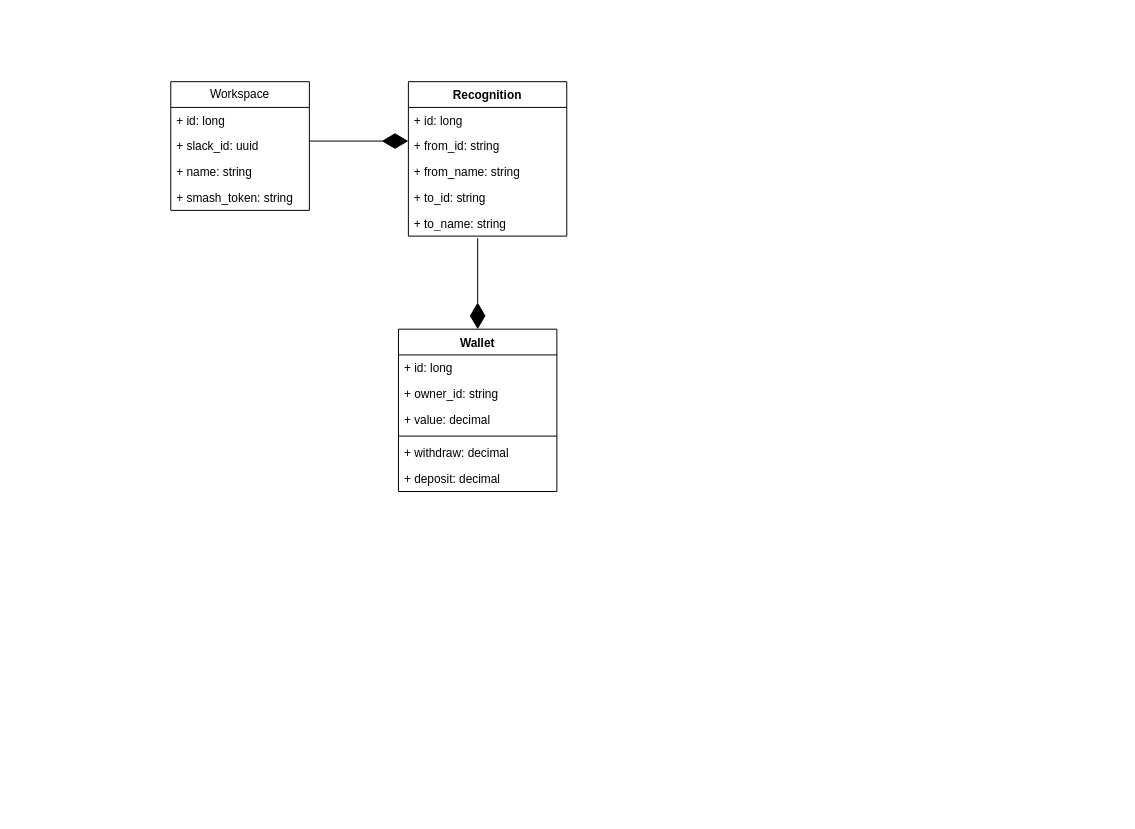
Before: page "Classes" (1 of 2) of kudos-jaya.drawio in jaya/kudos-jaya, a draw.io diagram. Source tidied: cells renumbered, new cells numbered last; positions are measured from the earlier drawing's top-left corner, leaving out a move shared by most shapes. Both pictures are drawn from the tidied source at 99%, with x=0, y=0 at pixel (170, 81).
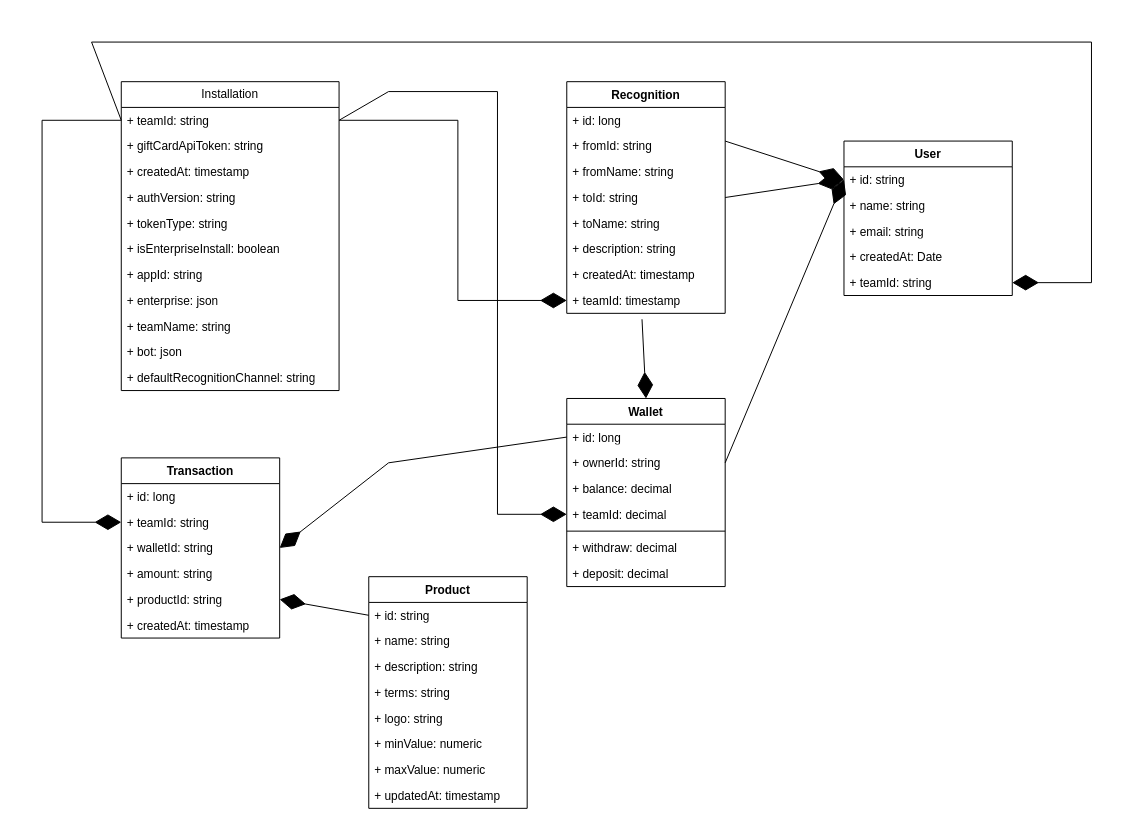
After the change.

The change refers to these unchanged cells:
```xml
<mxCell id="15" value="+ id: long" style="text;strokeColor=none;fillColor=none;align=left;verticalAlign=top;spacingLeft=4;spacingRight=4;overflow=hidden;points=[[0,0.5],[1,0.5]];portConstraint=eastwest;whiteSpace=wrap;html=1;" parent="14" vertex="1">
  <mxGeometry y="26" width="160" height="26" as="geometry" />
</mxCell>
```

What changed in the source:
```diff
@@
-    <mxCell id="2" value="Workspace" style="swimlane;fontStyle=0;horizontal=1;startSize=26;fillColor=none;whiteSpace=wrap;html=1;" parent="1" vertex="1">
-      <mxGeometry width="140" height="130" as="geometry" />
+    <mxCell id="2" value="Installation" style="swimlane;fontStyle=0;horizontal=1;startSize=26;fillColor=none;whiteSpace=wrap;html=1;" parent="1" vertex="1">
+      <mxGeometry x="-50" width="220" height="312" as="geometry" />
     </mxCell>
-    <mxCell id="3" value="+ id: long" style="text;strokeColor=none;fillColor=none;align=left;verticalAlign=top;spacingLeft=4;spacingRight=4;overflow=hidden;points=[[0,0.5],[1,0.5]];portConstraint=eastwest;whiteSpace=wrap;html=1;" parent="2" vertex="1">
-      <mxGeometry y="26" width="140" height="26" as="geometry" />
+    <mxCell id="3" value="+ teamId: string" style="text;strokeColor=none;fillColor=none;align=left;verticalAlign=top;spacingLeft=4;spacingRight=4;overflow=hidden;points=[[0,0.5],[1,0.5]];portConstraint=eastwest;whiteSpace=wrap;html=1;" parent="2" vertex="1">
+      <mxGeometry y="26" width="220" height="26" as="geometry" />
     </mxCell>
-    <mxCell id="4" value="+ slack_id: uuid" style="text;strokeColor=none;fillColor=none;align=left;verticalAlign=top;spacingLeft=4;spacingRight=4;overflow=hidden;whiteSpace=wrap;html=1;" parent="2" vertex="1">
-      <mxGeometry y="52" width="140" height="26" as="geometry" />
+    <mxCell id="4" value="+ giftCardApiToken: string" style="text;strokeColor=none;fillColor=none;align=left;verticalAlign=top;spacingLeft=4;spacingRight=4;overflow=hidden;whiteSpace=wrap;html=1;" parent="2" vertex="1">
+      <mxGeometry y="52" width="220" height="26" as="geometry" />
     </mxCell>
-    <mxCell id="5" value="+ name: string" style="text;strokeColor=none;fillColor=none;align=left;verticalAlign=top;spacingLeft=4;spacingRight=4;overflow=hidden;whiteSpace=wrap;html=1;" parent="2" vertex="1">
-      <mxGeometry y="78" width="140" height="26" as="geometry" />
+    <mxCell id="5" value="+ createdAt: timestamp" style="text;strokeColor=none;fillColor=none;align=left;verticalAlign=top;spacingLeft=4;spacingRight=4;overflow=hidden;whiteSpace=wrap;html=1;" parent="2" vertex="1">
+      <mxGeometry y="78" width="220" height="26" as="geometry" />
     </mxCell>
-    <mxCell id="6" value="+ smash_token: string" style="text;strokeColor=none;fillColor=none;align=left;verticalAlign=top;spacingLeft=4;spacingRight=4;overflow=hidden;whiteSpace=wrap;html=1;" parent="2" vertex="1">
-      <mxGeometry y="104" width="140" height="26" as="geometry" />
-    </mxCell>
+    <mxCell id="22" value="+ authVersion: string" style="text;strokeColor=none;fillColor=none;align=left;verticalAlign=top;spacingLeft=4;spacingRight=4;overflow=hidden;whiteSpace=wrap;html=1;" parent="2" vertex="1">
+      <mxGeometry y="104" width="220" height="26" as="geometry" />
+    </mxCell>
+    <mxCell id="23" value="+ tokenType: string" style="text;strokeColor=none;fillColor=none;align=left;verticalAlign=top;spacingLeft=4;spacingRight=4;overflow=hidden;whiteSpace=wrap;html=1;" parent="2" vertex="1">
+      <mxGeometry y="130" width="220" height="26" as="geometry" />
+    </mxCell>
+    <mxCell id="24" value="+ isEnterpriseInstall: boolean" style="text;strokeColor=none;fillColor=none;align=left;verticalAlign=top;spacingLeft=4;spacingRight=4;overflow=hidden;whiteSpace=wrap;html=1;" parent="2" vertex="1">
+      <mxGeometry y="156" width="220" height="26" as="geometry" />
+    </mxCell>
+    <mxCell id="25" value="+ appId: string" style="text;strokeColor=none;fillColor=none;align=left;verticalAlign=top;spacingLeft=4;spacingRight=4;overflow=hidden;whiteSpace=wrap;html=1;" parent="2" vertex="1">
+      <mxGeometry y="182" width="220" height="26" as="geometry" />
+    </mxCell>
+    <mxCell id="26" value="+ enterprise: json" style="text;strokeColor=none;fillColor=none;align=left;verticalAlign=top;spacingLeft=4;spacingRight=4;overflow=hidden;whiteSpace=wrap;html=1;" parent="2" vertex="1">
+      <mxGeometry y="208" width="220" height="26" as="geometry" />
+    </mxCell>
+    <mxCell id="27" value="+ teamName: string" style="text;strokeColor=none;fillColor=none;align=left;verticalAlign=top;spacingLeft=4;spacingRight=4;overflow=hidden;whiteSpace=wrap;html=1;" parent="2" vertex="1">
+      <mxGeometry y="234" width="220" height="26" as="geometry" />
+    </mxCell>
+    <mxCell id="28" value="+ bot: json" style="text;strokeColor=none;fillColor=none;align=left;verticalAlign=top;spacingLeft=4;spacingRight=4;overflow=hidden;whiteSpace=wrap;html=1;" parent="2" vertex="1">
+      <mxGeometry y="260" width="220" height="26" as="geometry" />
+    </mxCell>
+    <mxCell id="29" value="+ defaultRecognitionChannel: string" style="text;strokeColor=none;fillColor=none;align=left;verticalAlign=top;spacingLeft=4;spacingRight=4;overflow=hidden;whiteSpace=wrap;html=1;" parent="2" vertex="1">
+      <mxGeometry y="286" width="220" height="26" as="geometry" />
+    </mxCell>
     <mxCell id="7" value="Recognition" style="swimlane;fontStyle=1;align=center;verticalAlign=top;horizontal=1;startSize=26;whiteSpace=wrap;html=1;" parent="1" vertex="1">
-      <mxGeometry x="240" width="160" height="156" as="geometry" />
+      <mxGeometry x="400" width="160" height="234" as="geometry" />
     </mxCell>
@@
-    <mxCell id="9" value="+ from_id: string" style="text;strokeColor=none;fillColor=none;align=left;verticalAlign=top;spacingLeft=4;spacingRight=4;overflow=hidden;whiteSpace=wrap;html=1;" parent="7" vertex="1">
+    <mxCell id="9" value="+ fromId: string" style="text;strokeColor=none;fillColor=none;align=left;verticalAlign=top;spacingLeft=4;spacingRight=4;overflow=hidden;whiteSpace=wrap;html=1;" parent="7" vertex="1">
       <mxGeometry y="52" width="160" height="26" as="geometry" />
     </mxCell>
-    <mxCell id="10" value="+ from_name: string" style="text;strokeColor=none;fillColor=none;align=left;verticalAlign=top;spacingLeft=4;spacingRight=4;overflow=hidden;whiteSpace=wrap;html=1;" parent="7" vertex="1">
+    <mxCell id="10" value="+ fromName: string" style="text;strokeColor=none;fillColor=none;align=left;verticalAlign=top;spacingLeft=4;spacingRight=4;overflow=hidden;whiteSpace=wrap;html=1;" parent="7" vertex="1">
       <mxGeometry y="78" width="160" height="26" as="geometry" />
     </mxCell>
-    <mxCell id="11" value="+ to_id: string" style="text;strokeColor=none;fillColor=none;align=left;verticalAlign=top;spacingLeft=4;spacingRight=4;overflow=hidden;points=[[0,0.5],[1,0.5]];portConstraint=eastwest;whiteSpace=wrap;html=1;" parent="7" vertex="1">
+    <mxCell id="11" value="+ toId: string" style="text;strokeColor=none;fillColor=none;align=left;verticalAlign=top;spacingLeft=4;spacingRight=4;overflow=hidden;points=[[0,0.5],[1,0.5]];portConstraint=eastwest;whiteSpace=wrap;html=1;" parent="7" vertex="1">
       <mxGeometry y="104" width="160" height="26" as="geometry" />
     </mxCell>
-    <mxCell id="12" value="+ to_name: string" style="text;strokeColor=none;fillColor=none;align=left;verticalAlign=top;spacingLeft=4;spacingRight=4;overflow=hidden;whiteSpace=wrap;html=1;" parent="7" vertex="1">
+    <mxCell id="12" value="+ toName: string" style="text;strokeColor=none;fillColor=none;align=left;verticalAlign=top;spacingLeft=4;spacingRight=4;overflow=hidden;whiteSpace=wrap;html=1;" parent="7" vertex="1">
       <mxGeometry y="130" width="160" height="26" as="geometry" />
     </mxCell>
-    <mxCell id="13" style="endArrow=diamondThin;endFill=1;endSize=24;html=1;rounded=0;exitX=1;exitY=0.5;exitDx=0;exitDy=0;" parent="1" edge="1">
-      <mxGeometry relative="1" as="geometry">
-        <mxPoint x="140" y="60" as="sourcePoint" />
-        <mxPoint x="240" y="60" as="targetPoint" />
-      </mxGeometry>
-    </mxCell>
+    <mxCell id="30" value="+ description: string" style="text;strokeColor=none;fillColor=none;align=left;verticalAlign=top;spacingLeft=4;spacingRight=4;overflow=hidden;whiteSpace=wrap;html=1;" parent="7" vertex="1">
+      <mxGeometry y="156" width="160" height="26" as="geometry" />
+    </mxCell>
+    <mxCell id="31" value="+ createdAt: timestamp" style="text;strokeColor=none;fillColor=none;align=left;verticalAlign=top;spacingLeft=4;spacingRight=4;overflow=hidden;whiteSpace=wrap;html=1;" parent="7" vertex="1">
+      <mxGeometry y="182" width="160" height="26" as="geometry" />
+    </mxCell>
+    <mxCell id="32" value="+ teamId: timestamp" style="text;strokeColor=none;fillColor=none;align=left;verticalAlign=top;spacingLeft=4;spacingRight=4;overflow=hidden;points=[[0,0.5],[1,0.5]];portConstraint=eastwest;whiteSpace=wrap;html=1;" parent="7" vertex="1">
+      <mxGeometry y="208" width="160" height="26" as="geometry" />
+    </mxCell>
     <mxCell id="14" value="Wallet" style="swimlane;fontStyle=1;align=center;verticalAlign=top;horizontal=1;startSize=26;whiteSpace=wrap;html=1;" parent="1" vertex="1">
-      <mxGeometry x="230" y="250" width="160" height="164" as="geometry" />
+      <mxGeometry x="400" y="320" width="160" height="190" as="geometry" />
     </mxCell>
@@
-    <mxCell id="16" value="+ owner_id: string" style="text;strokeColor=none;fillColor=none;align=left;verticalAlign=top;spacingLeft=4;spacingRight=4;overflow=hidden;points=[[0,0.5],[1,0.5]];portConstraint=eastwest;whiteSpace=wrap;html=1;" parent="14" vertex="1">
+    <mxCell id="16" value="+ ownerId: string" style="text;strokeColor=none;fillColor=none;align=left;verticalAlign=top;spacingLeft=4;spacingRight=4;overflow=hidden;points=[[0,0.5],[1,0.5]];portConstraint=eastwest;whiteSpace=wrap;html=1;" parent="14" vertex="1">
       <mxGeometry y="52" width="160" height="26" as="geometry" />
     </mxCell>
-    <mxCell id="17" value="+ value: decimal" style="text;strokeColor=none;fillColor=none;align=left;verticalAlign=top;spacingLeft=4;spacingRight=4;overflow=hidden;whiteSpace=wrap;html=1;" parent="14" vertex="1">
+    <mxCell id="17" value="+ balance: decimal" style="text;strokeColor=none;fillColor=none;align=left;verticalAlign=top;spacingLeft=4;spacingRight=4;overflow=hidden;whiteSpace=wrap;html=1;" parent="14" vertex="1">
       <mxGeometry y="78" width="160" height="26" as="geometry" />
     </mxCell>
+    <mxCell id="33" value="+ teamId: decimal" style="text;strokeColor=none;fillColor=none;align=left;verticalAlign=top;spacingLeft=4;spacingRight=4;overflow=hidden;points=[[0,0.5],[1,0.5]];portConstraint=eastwest;whiteSpace=wrap;html=1;" parent="14" vertex="1">
+      <mxGeometry y="104" width="160" height="26" as="geometry" />
+    </mxCell>
     <mxCell id="18" style="line;strokeWidth=1;fillColor=none;align=left;verticalAlign=middle;spacingTop=-1;spacingLeft=3;spacingRight=3;labelPosition=right;strokeColor=inherit;" parent="14" vertex="1">
-      <mxGeometry y="104" width="160" height="8" as="geometry" />
+      <mxGeometry y="130" width="160" height="8" as="geometry" />
     </mxCell>
     <mxCell id="19" value="+ withdraw: decimal" style="text;strokeColor=none;fillColor=none;align=left;verticalAlign=top;spacingLeft=4;spacingRight=4;overflow=hidden;whiteSpace=wrap;html=1;" parent="14" vertex="1">
-      <mxGeometry y="112" width="160" height="26" as="geometry" />
+      <mxGeometry y="138" width="160" height="26" as="geometry" />
     </mxCell>
     <mxCell id="20" value="+ deposit: decimal" style="text;strokeColor=none;fillColor=none;align=left;verticalAlign=top;spacingLeft=4;spacingRight=4;overflow=hidden;whiteSpace=wrap;html=1;" parent="14" vertex="1">
-      <mxGeometry y="138" width="160" height="26" as="geometry" />
+      <mxGeometry y="164" width="160" height="26" as="geometry" />
     </mxCell>
     <mxCell id="21" style="endArrow=diamondThin;endFill=1;endSize=24;html=1;rounded=0;entryX=0.5;entryY=0;entryDx=0;entryDy=0;" parent="1" edge="1" target="14">
       <mxGeometry relative="1" as="geometry">
-        <mxPoint x="310" y="158" as="sourcePoint" />
+        <mxPoint x="476" y="240" as="sourcePoint" />
       </mxGeometry>
     </mxCell>
+    <mxCell id="34" value="Product" style="swimlane;fontStyle=1;align=center;verticalAlign=top;horizontal=1;startSize=26;whiteSpace=wrap;html=1;" parent="1" vertex="1">
+      <mxGeometry x="200" y="500" width="160" height="234" as="geometry" />
+    </mxCell>
+    <mxCell id="35" value="+ id: string" style="text;strokeColor=none;fillColor=none;align=left;verticalAlign=top;spacingLeft=4;spacingRight=4;overflow=hidden;points=[[0,0.5],[1,0.5]];portConstraint=eastwest;whiteSpace=wrap;html=1;" parent="34" vertex="1">
+      <mxGeometry y="26" width="160" height="26" as="geometry" />
+    </mxCell>
+    <mxCell id="36" value="+ name: string" style="text;strokeColor=none;fillColor=none;align=left;verticalAlign=top;spacingLeft=4;spacingRight=4;overflow=hidden;whiteSpace=wrap;html=1;" parent="34" vertex="1">
+      <mxGeometry y="52" width="160" height="26" as="geometry" />
+    </mxCell>
+    <mxCell id="37" value="+ description: string" style="text;strokeColor=none;fillColor=none;align=left;verticalAlign=top;spacingLeft=4;spacingRight=4;overflow=hidden;whiteSpace=wrap;html=1;" parent="34" vertex="1">
+      <mxGeometry y="78" width="160" height="26" as="geometry" />
+    </mxCell>
+    <mxCell id="38" value="+ terms: string" style="text;strokeColor=none;fillColor=none;align=left;verticalAlign=top;spacingLeft=4;spacingRight=4;overflow=hidden;whiteSpace=wrap;html=1;" parent="34" vertex="1">
+      <mxGeometry y="104" width="160" height="26" as="geometry" />
+    </mxCell>
+    <mxCell id="39" value="+ logo: string" style="text;strokeColor=none;fillColor=none;align=left;verticalAlign=top;spacingLeft=4;spacingRight=4;overflow=hidden;whiteSpace=wrap;html=1;" parent="34" vertex="1">
+      <mxGeometry y="130" width="160" height="26" as="geometry" />
+    </mxCell>
+    <mxCell id="40" value="+ minValue: numeric" style="text;strokeColor=none;fillColor=none;align=left;verticalAlign=top;spacingLeft=4;spacingRight=4;overflow=hidden;whiteSpace=wrap;html=1;" parent="34" vertex="1">
+      <mxGeometry y="156" width="160" height="26" as="geometry" />
+    </mxCell>
+    <mxCell id="41" value="+ maxValue: numeric" style="text;strokeColor=none;fillColor=none;align=left;verticalAlign=top;spacingLeft=4;spacingRight=4;overflow=hidden;whiteSpace=wrap;html=1;" parent="34" vertex="1">
+      <mxGeometry y="182" width="160" height="26" as="geometry" />
+    </mxCell>
+    <mxCell id="42" value="+ updatedAt: timestamp" style="text;strokeColor=none;fillColor=none;align=left;verticalAlign=top;spacingLeft=4;spacingRight=4;overflow=hidden;whiteSpace=wrap;html=1;" parent="34" vertex="1">
+      <mxGeometry y="208" width="160" height="26" as="geometry" />
+    </mxCell>
+    <mxCell id="43" value="Transaction" style="swimlane;fontStyle=1;align=center;verticalAlign=top;horizontal=1;startSize=26;whiteSpace=wrap;html=1;" parent="1" vertex="1">
+      <mxGeometry x="-50" y="380" width="160" height="182" as="geometry" />
+    </mxCell>
+    <mxCell id="44" value="+ id: long" style="text;strokeColor=none;fillColor=none;align=left;verticalAlign=top;spacingLeft=4;spacingRight=4;overflow=hidden;whiteSpace=wrap;html=1;" parent="43" vertex="1">
+      <mxGeometry y="26" width="160" height="26" as="geometry" />
+    </mxCell>
+    <mxCell id="45" value="+ teamId: string" style="text;strokeColor=none;fillColor=none;align=left;verticalAlign=top;spacingLeft=4;spacingRight=4;overflow=hidden;points=[[0,0.5],[1,0.5]];portConstraint=eastwest;whiteSpace=wrap;html=1;" parent="43" vertex="1">
+      <mxGeometry y="52" width="160" height="26" as="geometry" />
+    </mxCell>
+    <mxCell id="46" value="+ walletId: string" style="text;strokeColor=none;fillColor=none;align=left;verticalAlign=top;spacingLeft=4;spacingRight=4;overflow=hidden;points=[[0,0.5],[1,0.5]];portConstraint=eastwest;whiteSpace=wrap;html=1;" parent="43" vertex="1">
+      <mxGeometry y="78" width="160" height="26" as="geometry" />
+    </mxCell>
+    <mxCell id="47" value="+ amount: string" style="text;strokeColor=none;fillColor=none;align=left;verticalAlign=top;spacingLeft=4;spacingRight=4;overflow=hidden;whiteSpace=wrap;html=1;" parent="43" vertex="1">
+      <mxGeometry y="104" width="160" height="26" as="geometry" />
+    </mxCell>
+    <mxCell id="48" value="+ productId: string" style="text;strokeColor=none;fillColor=none;align=left;verticalAlign=top;spacingLeft=4;spacingRight=4;overflow=hidden;points=[[0,0.5],[1,0.5]];portConstraint=eastwest;whiteSpace=wrap;html=1;" parent="43" vertex="1">
+      <mxGeometry y="130" width="160" height="26" as="geometry" />
+    </mxCell>
+    <mxCell id="49" value="+ createdAt: timestamp" style="text;strokeColor=none;fillColor=none;align=left;verticalAlign=top;spacingLeft=4;spacingRight=4;overflow=hidden;whiteSpace=wrap;html=1;" parent="43" vertex="1">
+      <mxGeometry y="156" width="160" height="26" as="geometry" />
+    </mxCell>
+    <mxCell id="50" style="endArrow=diamondThin;endFill=1;endSize=24;html=1;rounded=0;exitX=0;exitY=0.5;exitDx=0;exitDy=0;entryX=1;entryY=0.5;entryDx=0;entryDy=0;" parent="1" edge="1" source="35" target="48">
+      <mxGeometry relative="1" as="geometry" />
+    </mxCell>
+    <mxCell id="51" style="endArrow=diamondThin;endFill=1;endSize=24;html=1;rounded=0;entryX=1;entryY=0.5;entryDx=0;entryDy=0;exitX=0;exitY=0.5;exitDx=0;exitDy=0;" parent="1" edge="1" source="15" target="46">
+      <mxGeometry relative="1" as="geometry">
+        <Array as="points">
+          <mxPoint x="220" y="385" />
+        </Array>
+      </mxGeometry>
+    </mxCell>
+    <mxCell id="52" style="endArrow=diamondThin;endFill=1;endSize=24;html=1;rounded=0;entryX=0;entryY=0.5;entryDx=0;entryDy=0;exitX=0;exitY=0.5;exitDx=0;exitDy=0;" parent="1" edge="1" source="3" target="45">
+      <mxGeometry relative="1" as="geometry">
+        <Array as="points">
+          <mxPoint x="-130" y="39" />
+          <mxPoint x="-130" y="445" />
+        </Array>
+      </mxGeometry>
+    </mxCell>
+    <mxCell id="53" style="endArrow=diamondThin;endFill=1;endSize=24;html=1;rounded=0;exitX=1;exitY=0.5;exitDx=0;exitDy=0;entryX=0;entryY=0.5;entryDx=0;entryDy=0;" parent="1" edge="1" source="3" target="32">
+      <mxGeometry relative="1" as="geometry">
+        <Array as="points">
+          <mxPoint x="290" y="39" />
+          <mxPoint x="290" y="221" />
+        </Array>
+      </mxGeometry>
+    </mxCell>
+    <mxCell id="54" style="endArrow=diamondThin;endFill=1;endSize=24;html=1;rounded=0;exitX=1;exitY=0.5;exitDx=0;exitDy=0;entryX=0;entryY=0.5;entryDx=0;entryDy=0;" parent="1" edge="1" source="3" target="33">
+      <mxGeometry relative="1" as="geometry">
+        <Array as="points">
+          <mxPoint x="220" y="10" />
+          <mxPoint x="330" y="10" />
+          <mxPoint x="330" y="437" />
+        </Array>
+      </mxGeometry>
+    </mxCell>
+    <mxCell id="55" value="User" style="swimlane;fontStyle=1;align=center;verticalAlign=top;horizontal=1;startSize=26;whiteSpace=wrap;html=1;" parent="1" vertex="1">
+      <mxGeometry x="680" y="60" width="170" height="156" as="geometry" />
+    </mxCell>
+    <mxCell id="56" value="+ id: string" style="text;strokeColor=none;fillColor=none;align=left;verticalAlign=top;spacingLeft=4;spacingRight=4;overflow=hidden;points=[[0,0.5],[1,0.5]];portConstraint=eastwest;whiteSpace=wrap;html=1;" parent="55" vertex="1">
+      <mxGeometry y="26" width="170" height="26" as="geometry" />
+    </mxCell>
+    <mxCell id="57" value="+ name: string" style="text;strokeColor=none;fillColor=none;align=left;verticalAlign=top;spacingLeft=4;spacingRight=4;overflow=hidden;whiteSpace=wrap;html=1;" parent="55" vertex="1">
+      <mxGeometry y="52" width="170" height="26" as="geometry" />
+    </mxCell>
+    <mxCell id="58" value="+ email: string" style="text;strokeColor=none;fillColor=none;align=left;verticalAlign=top;spacingLeft=4;spacingRight=4;overflow=hidden;whiteSpace=wrap;html=1;" parent="55" vertex="1">
+      <mxGeometry y="78" width="170" height="26" as="geometry" />
+    </mxCell>
+    <mxCell id="59" value="+ createdAt: Date" style="text;strokeColor=none;fillColor=none;align=left;verticalAlign=top;spacingLeft=4;spacingRight=4;overflow=hidden;whiteSpace=wrap;html=1;" parent="55" vertex="1">
+      <mxGeometry y="104" width="170" height="26" as="geometry" />
+    </mxCell>
+    <mxCell id="60" value="+ teamId: string" style="text;strokeColor=none;fillColor=none;align=left;verticalAlign=top;spacingLeft=4;spacingRight=4;overflow=hidden;points=[[0,0.5],[1,0.5]];portConstraint=eastwest;whiteSpace=wrap;html=1;" parent="55" vertex="1">
+      <mxGeometry y="130" width="170" height="26" as="geometry" />
+    </mxCell>
+    <mxCell id="61" style="endArrow=diamondThin;endFill=1;endSize=24;html=1;rounded=0;exitX=1;exitY=0.5;exitDx=0;exitDy=0;entryX=0;entryY=0.5;entryDx=0;entryDy=0;" parent="1" edge="1" target="56">
+      <mxGeometry relative="1" as="geometry">
+        <mxPoint x="560" y="60" as="sourcePoint" />
+      </mxGeometry>
+    </mxCell>
+    <mxCell id="62" style="endArrow=diamondThin;endFill=1;endSize=24;html=1;rounded=0;exitX=1;exitY=0.5;exitDx=0;exitDy=0;entryX=0;entryY=0.5;entryDx=0;entryDy=0;" parent="1" edge="1" source="11" target="56">
+      <mxGeometry relative="1" as="geometry" />
+    </mxCell>
+    <mxCell id="63" style="endArrow=diamondThin;endFill=1;endSize=24;html=1;rounded=0;exitX=1;exitY=0.5;exitDx=0;exitDy=0;entryX=0;entryY=0.5;entryDx=0;entryDy=0;" parent="1" edge="1" source="16" target="56">
+      <mxGeometry relative="1" as="geometry" />
+    </mxCell>
+    <mxCell id="64" style="endArrow=diamondThin;endFill=1;endSize=24;html=1;rounded=0;entryX=1;entryY=0.5;entryDx=0;entryDy=0;exitX=0;exitY=0.5;exitDx=0;exitDy=0;" parent="1" edge="1" source="3" target="60">
+      <mxGeometry relative="1" as="geometry">
+        <Array as="points">
+          <mxPoint x="-80" y="-40" />
+          <mxPoint x="930" y="-40" />
+          <mxPoint x="930" y="203" />
+        </Array>
+      </mxGeometry>
+    </mxCell>
```
